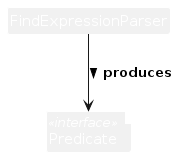
This is diagrams/find-command/FindExpressionParserClassDiagram.png from kokrui/tp, a PlantUML export, as it was before one commit. Its source is kept beside it as diagrams/find-command/FindExpressionParserClassDiagram.puml.
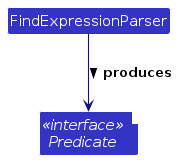
The same file after the commit.

Change to the diagram source:
```diff
@@ -1,13 +1,15 @@
 @startuml
 !include ../style.puml
+skinparam arrowThickness 1.1
+skinparam arrowColor LOGIC_COLOR_T4
+skinparam classBackgroundColor LOGIC_COLOR
 
 
 class FindExpressionParser {
   +parseToPredicate(tokens: List<Token>): Predicate<Person>
 }
 
-class Predicate<T> <<interface>> {
-}
+interface "<<interface>>\nPredicate<T>" as Predicate
 
 FindExpressionParser --> Predicate : produces >
 
```
